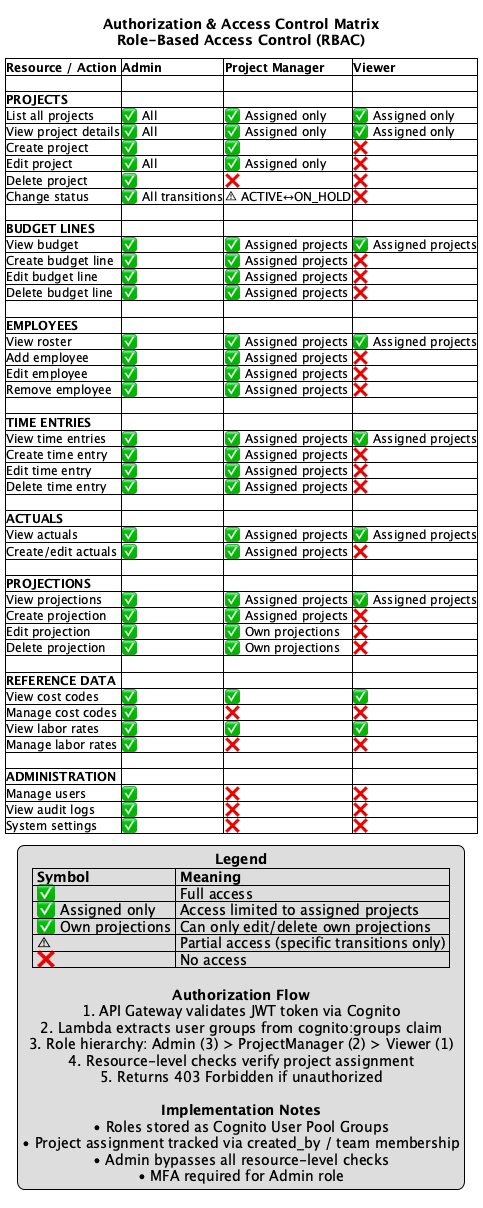
jameseraynor/Stephen keeps this PlantUML diagram as docs/diagrams/architecture/05-authorization-matrix.png. Above is the earlier version. The source it was exported from:
```plantuml
@startuml Authorization Matrix
skinparam shadowing false
skinparam defaultTextAlignment center
skinparam classBorderColor #232F3E
skinparam classBorderThickness 2
skinparam classBackgroundColor white
skinparam ArrowColor #146EB4
skinparam ArrowThickness 2

title Authorization & Access Control Matrix\nRole-Based Access Control (RBAC)

salt
{#
  <b>Resource / Action</b> | <b>Admin</b> | <b>Project Manager</b> | <b>Viewer</b>
  . | . | . | .
  <b>PROJECTS</b> | . | . | .
  List all projects | ✅ All | ✅ Assigned only | ✅ Assigned only
  View project details | ✅ All | ✅ Assigned only | ✅ Assigned only
  Create project | ✅ | ✅ | ❌
  Edit project | ✅ All | ✅ Assigned only | ❌
  Delete project | ✅ | ❌ | ❌
  Change status | ✅ All transitions | ⚠️ ACTIVE↔ON_HOLD | ❌
  . | . | . | .
  <b>BUDGET LINES</b> | . | . | .
  View budget | ✅ | ✅ Assigned projects | ✅ Assigned projects
  Create budget line | ✅ | ✅ Assigned projects | ❌
  Edit budget line | ✅ | ✅ Assigned projects | ❌
  Delete budget line | ✅ | ✅ Assigned projects | ❌
  . | . | . | .
  <b>EMPLOYEES</b> | . | . | .
  View roster | ✅ | ✅ Assigned projects | ✅ Assigned projects
  Add employee | ✅ | ✅ Assigned projects | ❌
  Edit employee | ✅ | ✅ Assigned projects | ❌
  Remove employee | ✅ | ✅ Assigned projects | ❌
  . | . | . | .
  <b>TIME ENTRIES</b> | . | . | .
  View time entries | ✅ | ✅ Assigned projects | ✅ Assigned projects
  Create time entry | ✅ | ✅ Assigned projects | ❌
  Edit time entry | ✅ | ✅ Assigned projects | ❌
  Delete time entry | ✅ | ✅ Assigned projects | ❌
  . | . | . | .
  <b>ACTUALS</b> | . | . | .
  View actuals | ✅ | ✅ Assigned projects | ✅ Assigned projects
  Create/edit actuals | ✅ | ✅ Assigned projects | ❌
  . | . | . | .
  <b>PROJECTIONS</b> | . | . | .
  View projections | ✅ | ✅ Assigned projects | ✅ Assigned projects
  Create projection | ✅ | ✅ Assigned projects | ❌
  Edit projection | ✅ | ✅ Own projections | ❌
  Delete projection | ✅ | ✅ Own projections | ❌
  . | . | . | .
  <b>REFERENCE DATA</b> | . | . | .
  View cost codes | ✅ | ✅ | ✅
  Manage cost codes | ✅ | ❌ | ❌
  View labor rates | ✅ | ✅ | ✅
  Manage labor rates | ✅ | ❌ | ❌
  . | . | . | .
  <b>ADMINISTRATION</b> | . | . | .
  Manage users | ✅ | ❌ | ❌
  View audit logs | ✅ | ❌ | ❌
  System settings | ✅ | ❌ | ❌
}

legend bottom
  <b>Legend</b>
  |= Symbol |= Meaning |
  | ✅ | Full access |
  | ✅ Assigned only | Access limited to assigned projects |
  | ✅ Own projections | Can only edit/delete own projections |
  | ⚠️ | Partial access (specific transitions only) |
  | ❌ | No access |

  <b>Authorization Flow</b>
  1. API Gateway validates JWT token via Cognito
  2. Lambda extracts user groups from cognito:groups claim
  3. Role hierarchy: Admin (3) > ProjectManager (2) > Viewer (1)
  4. Resource-level checks verify project assignment
  5. Returns 403 Forbidden if unauthorized

  <b>Implementation Notes</b>
  • Roles stored as Cognito User Pool Groups
  • Project assignment tracked via created_by / team membership
  • Admin bypasses all resource-level checks
  • MFA required for Admin role
endlegend

@enduml
```
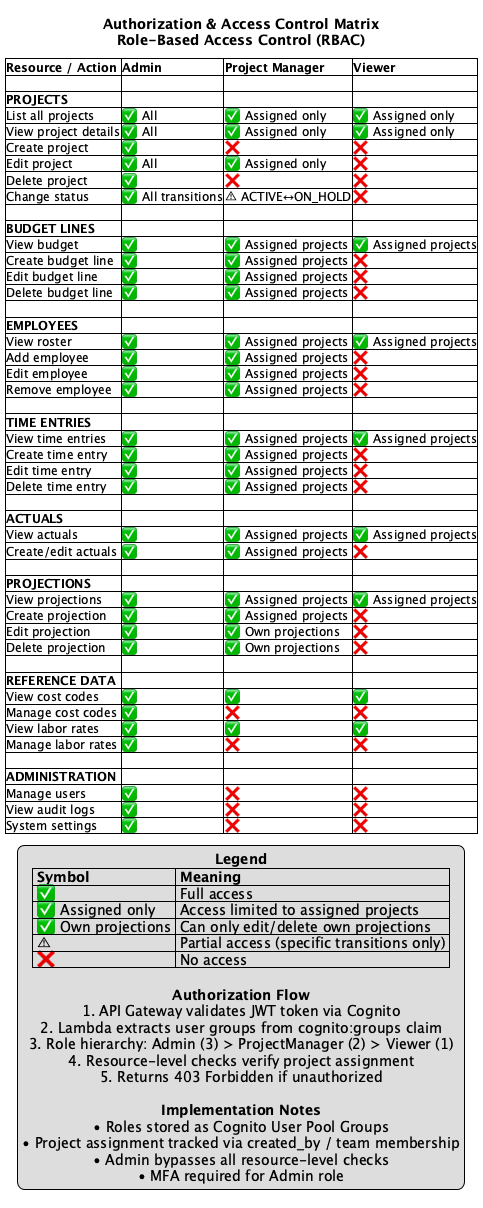
Later version of the same file.

The edit, as a diff of the source:
```diff
@@ -16,7 +16,7 @@
   <b>PROJECTS</b> | . | . | .
   List all projects | ✅ All | ✅ Assigned only | ✅ Assigned only
   View project details | ✅ All | ✅ Assigned only | ✅ Assigned only
-  Create project | ✅ | ✅ | ❌
+  Create project | ✅ | ❌ | ❌
   Edit project | ✅ All | ✅ Assigned only | ❌
   Delete project | ✅ | ❌ | ❌
   Change status | ✅ All transitions | ⚠️ ACTIVE↔ON_HOLD | ❌
```
